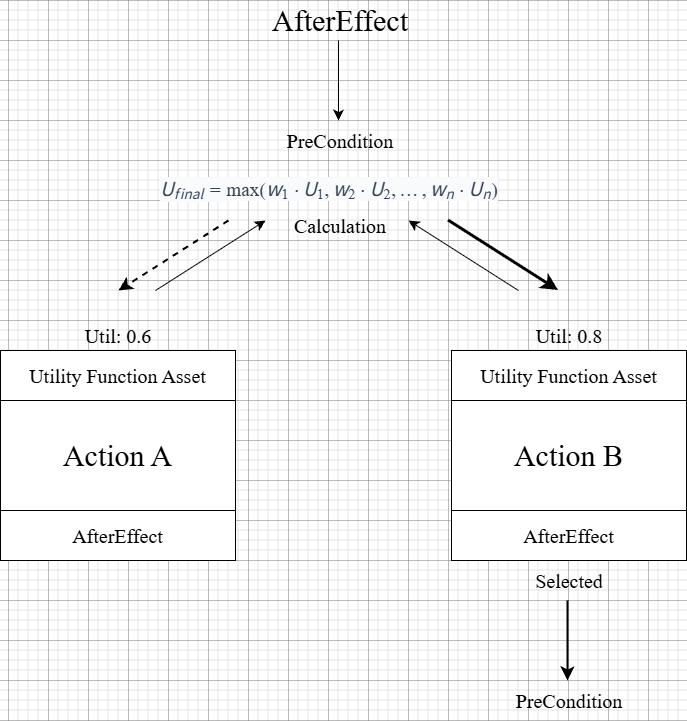
Before: static/images/project2/statenode.png, a diagram exported from draw.io (Hongyoosung/Hongyoosung.github.io). Source tidied: cells renumbered, new cells last; positions are measured from the earlier drawing's top-left corner, leaving out a move shared by most shapes.
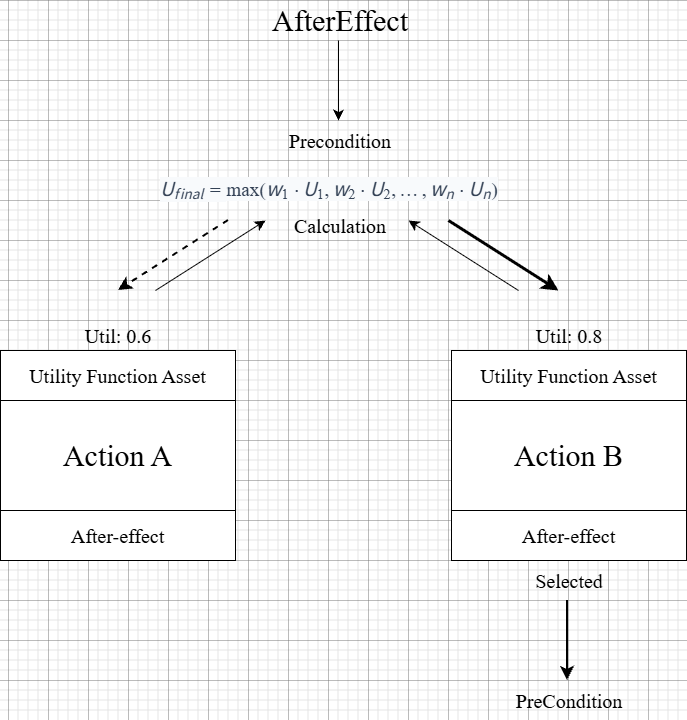
The same diagram one commit later.

What changed in the source:
```diff
@@ -16,3 +16,3 @@
     </mxCell>
-    <mxCell id="5" value="AfterEffect" style="rounded=0;whiteSpace=wrap;html=1;fontSize=20;fontFamily=Times New Roman;" parent="1" vertex="1">
+    <mxCell id="5" value="After-effect" style="rounded=0;whiteSpace=wrap;html=1;fontSize=20;fontFamily=Times New Roman;" parent="1" vertex="1">
       <mxGeometry y="510" width="235" height="50" as="geometry" />
@@ -25,3 +25,3 @@
     </mxCell>
-    <mxCell id="8" value="AfterEffect" style="rounded=0;whiteSpace=wrap;html=1;fontSize=20;fontFamily=Times New Roman;" parent="1" vertex="1">
+    <mxCell id="8" value="After-effect" style="rounded=0;whiteSpace=wrap;html=1;fontSize=20;fontFamily=Times New Roman;" parent="1" vertex="1">
       <mxGeometry x="451" y="510" width="235" height="50" as="geometry" />
@@ -31,3 +31,3 @@
     </mxCell>
-    <mxCell id="10" value="PreCondition" style="text;html=1;whiteSpace=wrap;strokeColor=none;fillColor=none;align=center;verticalAlign=middle;rounded=0;fontSize=20;fontFamily=Times New Roman;" parent="1" vertex="1">
+    <mxCell id="10" value="Precondition" style="text;html=1;whiteSpace=wrap;strokeColor=none;fillColor=none;align=center;verticalAlign=middle;rounded=0;fontSize=20;fontFamily=Times New Roman;" parent="1" vertex="1">
       <mxGeometry x="235" y="120" width="210" height="40" as="geometry" />
```
